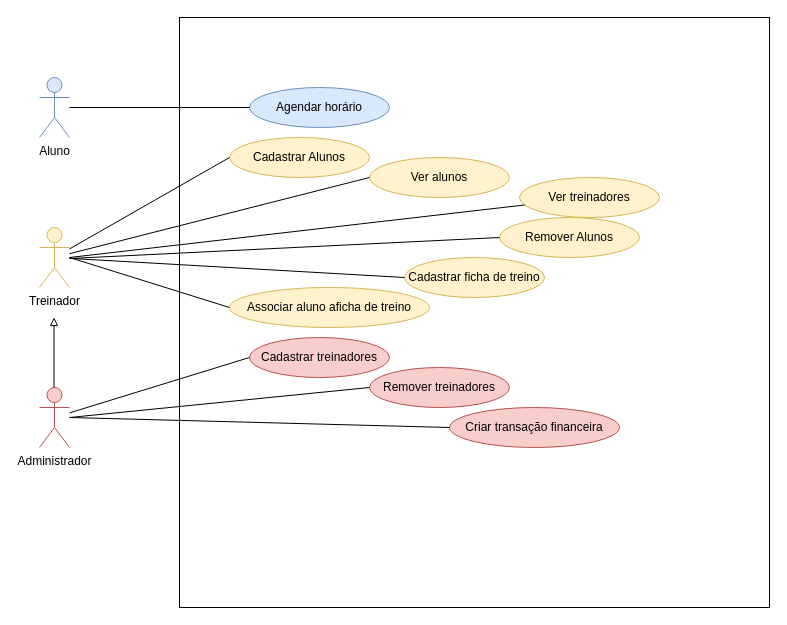
Above: casos de uso.drawio in gyma-project/gyma-docs (draw.io), before the change. Source tidied: cells renumbered, new cells numbered last; positions are measured from the earlier drawing's top-left corner, leaving out a move shared by most shapes. Both pictures are drawn from the tidied source at 100%, with x=0, y=0 at pixel (39, 17).
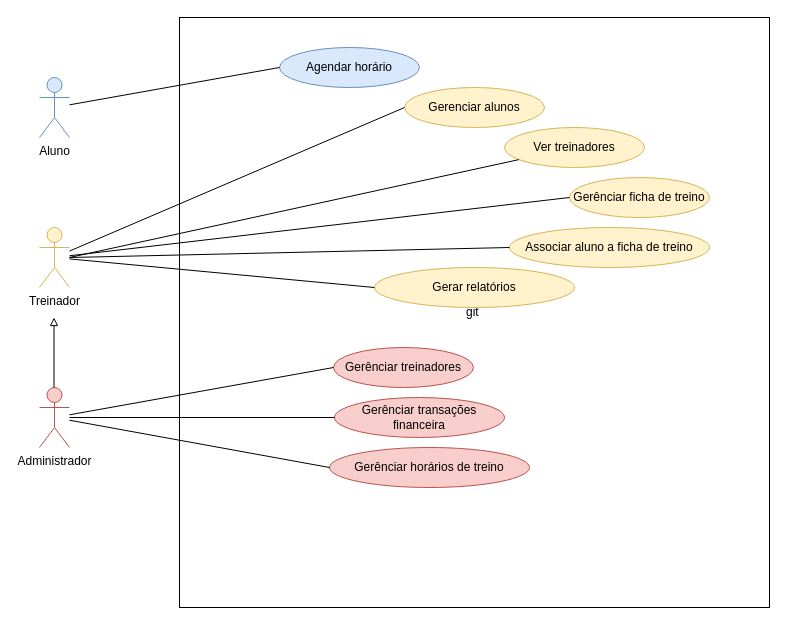
The same diagram, later.

Commit message:
doc: atualiza casos de uso

The change refers to these unchanged cells:
```xml
<mxCell id="3" value="Treinador" style="shape=umlActor;verticalLabelPosition=bottom;verticalAlign=top;html=1;outlineConnect=0;fillColor=#fff2cc;strokeColor=#d6b656;" parent="1" vertex="1">
  <mxGeometry y="210" width="30" height="60" as="geometry" />
</mxCell>
<mxCell id="5" value="Administrador" style="shape=umlActor;verticalLabelPosition=bottom;verticalAlign=top;html=1;outlineConnect=0;fillColor=#f8cecc;strokeColor=#b85450;" parent="1" vertex="1">
  <mxGeometry y="370" width="30" height="60" as="geometry" />
</mxCell>
```

Change to the diagram source:
```diff
@@
-    <mxCell id="4" style="whiteSpace=wrap;html=1;fillColor=none;" parent="1" vertex="1">
+    <mxCell id="4" value="git&amp;nbsp;" style="whiteSpace=wrap;html=1;fillColor=none;" parent="1" vertex="1">
       <mxGeometry x="140" width="590" height="590" as="geometry" />
     </mxCell>
@@
-    <mxCell id="6" value="Cadastrar Alunos" style="ellipse;whiteSpace=wrap;html=1;fillColor=#fff2cc;strokeColor=#d6b656;" parent="1" vertex="1">
-      <mxGeometry x="190" y="120" width="140" height="40" as="geometry" />
+    <mxCell id="6" value="Gerenciar alunos" style="ellipse;whiteSpace=wrap;html=1;fillColor=#fff2cc;strokeColor=#d6b656;" parent="1" vertex="1">
+      <mxGeometry x="365" y="70" width="140" height="40" as="geometry" />
     </mxCell>
-    <mxCell id="7" value="Ver alunos" style="ellipse;whiteSpace=wrap;html=1;fillColor=#fff2cc;strokeColor=#d6b656;" parent="1" vertex="1">
-      <mxGeometry x="330" y="140" width="140" height="40" as="geometry" />
-    </mxCell>
     <mxCell id="8" value="Ver treinadores" style="ellipse;whiteSpace=wrap;html=1;fillColor=#fff2cc;strokeColor=#d6b656;" parent="1" vertex="1">
-      <mxGeometry x="480" y="160" width="140" height="40" as="geometry" />
+      <mxGeometry x="465" y="110" width="140" height="40" as="geometry" />
     </mxCell>
-    <mxCell id="9" value="Remover Alunos" style="ellipse;whiteSpace=wrap;html=1;fillColor=#fff2cc;strokeColor=#d6b656;" parent="1" vertex="1">
-      <mxGeometry x="460" y="200" width="140" height="40" as="geometry" />
-    </mxCell>
@@
-    <mxCell id="12" style="endArrow=none;html=1;entryX=0;entryY=0.5;entryDx=0;entryDy=0;" parent="1" edge="1" source="3" target="7">
-      <mxGeometry relative="1" as="geometry" />
-    </mxCell>
@@
-    <mxCell id="14" style="endArrow=none;html=1;entryX=0;entryY=0.5;entryDx=0;entryDy=0;" parent="1" edge="1" target="9">
-      <mxGeometry relative="1" as="geometry">
-        <mxPoint x="30" y="241" as="sourcePoint" />
-      </mxGeometry>
-    </mxCell>
-    <mxCell id="15" value="Remover treinadores" style="ellipse;whiteSpace=wrap;html=1;fillColor=#f8cecc;strokeColor=#b85450;" parent="1" vertex="1">
-      <mxGeometry x="330" y="350" width="140" height="40" as="geometry" />
-    </mxCell>
-    <mxCell id="16" value="Cadastrar treinadores" style="ellipse;whiteSpace=wrap;html=1;fillColor=#f8cecc;strokeColor=#b85450;" parent="1" vertex="1">
-      <mxGeometry x="210" y="320" width="140" height="40" as="geometry" />
+    <mxCell id="16" value="Gerênciar treinadores" style="ellipse;whiteSpace=wrap;html=1;fillColor=#f8cecc;strokeColor=#b85450;" parent="1" vertex="1">
+      <mxGeometry x="294" y="330" width="140" height="40" as="geometry" />
     </mxCell>
-    <mxCell id="17" value="Criar transação financeira" style="ellipse;whiteSpace=wrap;html=1;fillColor=#f8cecc;strokeColor=#b85450;" parent="1" vertex="1">
-      <mxGeometry x="410" y="390" width="170" height="40" as="geometry" />
+    <mxCell id="17" value="Gerênciar transações financeira" style="ellipse;whiteSpace=wrap;html=1;fillColor=#f8cecc;strokeColor=#b85450;" parent="1" vertex="1">
+      <mxGeometry x="295" y="380" width="170" height="40" as="geometry" />
     </mxCell>
-    <mxCell id="18" style="endArrow=none;html=1;" parent="1" edge="1" source="5">
-      <mxGeometry relative="1" as="geometry">
-        <mxPoint x="210" y="340" as="targetPoint" />
-      </mxGeometry>
+    <mxCell id="18" style="endArrow=none;html=1;entryX=0;entryY=0.5;entryDx=0;entryDy=0;" parent="1" edge="1" source="5" target="16">
+      <mxGeometry relative="1" as="geometry" />
     </mxCell>
-    <mxCell id="19" style="endArrow=none;html=1;entryX=0;entryY=0.5;entryDx=0;entryDy=0;" parent="1" edge="1" target="15">
-      <mxGeometry relative="1" as="geometry">
-        <mxPoint x="30" y="400" as="sourcePoint" />
-      </mxGeometry>
-    </mxCell>
@@
     <mxCell id="21" value="Agendar horário" style="ellipse;whiteSpace=wrap;html=1;fillColor=#dae8fc;strokeColor=#6c8ebf;" parent="1" vertex="1">
-      <mxGeometry x="210" y="70" width="140" height="40" as="geometry" />
+      <mxGeometry x="240" y="30" width="140" height="40" as="geometry" />
     </mxCell>
@@
-    <mxCell id="23" value="Cadastrar ficha de treino" style="ellipse;whiteSpace=wrap;html=1;fillColor=#fff2cc;strokeColor=#d6b656;" parent="1" vertex="1">
-      <mxGeometry x="365" y="240" width="140" height="40" as="geometry" />
+    <mxCell id="23" value="Gerênciar ficha de treino" style="ellipse;whiteSpace=wrap;html=1;fillColor=#fff2cc;strokeColor=#d6b656;" parent="1" vertex="1">
+      <mxGeometry x="530" y="160" width="140" height="40" as="geometry" />
     </mxCell>
@@
-    <mxCell id="25" value="Associar aluno aficha de treino" style="ellipse;whiteSpace=wrap;html=1;fillColor=#fff2cc;strokeColor=#d6b656;" parent="1" vertex="1">
-      <mxGeometry x="190" y="270" width="200" height="40" as="geometry" />
+    <mxCell id="25" value="Associar aluno a ficha de treino" style="ellipse;whiteSpace=wrap;html=1;fillColor=#fff2cc;strokeColor=#d6b656;" parent="1" vertex="1">
+      <mxGeometry x="470" y="210" width="200" height="40" as="geometry" />
     </mxCell>
@@
+    <mxCell id="27" value="Gerar relatórios" style="ellipse;whiteSpace=wrap;html=1;fillColor=#fff2cc;strokeColor=#d6b656;" parent="1" vertex="1">
+      <mxGeometry x="335" y="250" width="200" height="40" as="geometry" />
+    </mxCell>
+    <mxCell id="28" style="endArrow=none;html=1;entryX=0;entryY=0.5;entryDx=0;entryDy=0;" parent="1" edge="1" source="3" target="27">
+      <mxGeometry relative="1" as="geometry" />
+    </mxCell>
+    <mxCell id="29" value="Gerênciar horários de treino" style="ellipse;whiteSpace=wrap;html=1;fillColor=#f8cecc;strokeColor=#b85450;" parent="1" vertex="1">
+      <mxGeometry x="290" y="430" width="200" height="40" as="geometry" />
+    </mxCell>
+    <mxCell id="30" style="endArrow=none;html=1;entryX=0;entryY=0.5;entryDx=0;entryDy=0;" parent="1" edge="1" source="5" target="29">
+      <mxGeometry relative="1" as="geometry" />
+    </mxCell>
```
